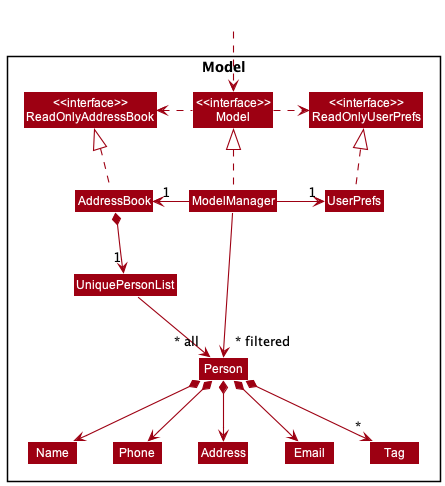
Above: docs/images/ModelClassDiagram.png in nus-cs2103-AY2223S1/tp (PlantUML), before the change.
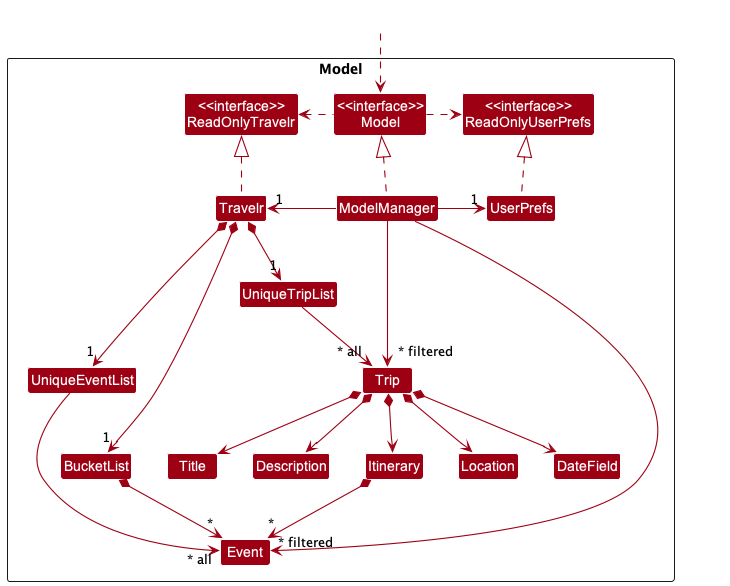
The same file after the commit.

Commit message:
Update Model segment

What changed in the source:
```diff
@@ -5,46 +5,56 @@
 skinparam classBackgroundColor MODEL_COLOR
 
 Package Model <<Rectangle>>{
-Class "<<interface>>\nReadOnlyAddressBook" as ReadOnlyAddressBook
+Class "<<interface>>\nReadOnlyTravelr" as ReadOnlyTravelr
 Class "<<interface>>\nReadOnlyUserPrefs" as ReadOnlyUserPrefs
 Class "<<interface>>\nModel" as Model
-Class AddressBook
+Class Travelr
 Class ModelManager
 Class UserPrefs
 
-Class UniquePersonList
-Class Person
-Class Address
-Class Email
-Class Name
-Class Phone
-Class Tag
+Class UniqueTripList
+Class UniqueEventList
+Class BucketList
+
+Class Trip
+Class Location
+Class DateField
+Class Title
+Class Description
+Class Itinerary
+Class Event
 
 }
 
 Class HiddenOutside #FFFFFF
 HiddenOutside ..> Model
 
-AddressBook .up.|> ReadOnlyAddressBook
+Travelr .up.|> ReadOnlyTravelr
 
 ModelManager .up.|> Model
 Model .right.> ReadOnlyUserPrefs
-Model .left.> ReadOnlyAddressBook
-ModelManager -left-> "1" AddressBook
+Model .left.> ReadOnlyTravelr
+ModelManager -left-> "1" Travelr
 ModelManager -right-> "1" UserPrefs
 UserPrefs .up.|> ReadOnlyUserPrefs
 
-AddressBook *--> "1" UniquePersonList
-UniquePersonList --> "~* all" Person
-Person *--> Name
-Person *--> Phone
-Person *--> Email
-Person *--> Address
-Person *--> "*" Tag
+Travelr *--> "1" UniqueTripList
+Travelr *--> "1" UniqueEventList
+Travelr *--> "1" BucketList
+UniqueEventList --> "~* all" Event
+BucketList *--> "*" Event
 
-Name -[hidden]right-> Phone
-Phone -[hidden]right-> Address
-Address -[hidden]right-> Email
+UniqueTripList --> "~* all" Trip
+Trip *--> Title
+Trip *--> Description
+Trip *--> DateField
+Trip *--> Location
+Trip *--> Itinerary
+Itinerary *--> "*" Event
 
-ModelManager -->"~* filtered" Person
+BucketList -[hidden]right-> Itinerary
+
+ModelManager -->"~* filtered" Trip
+ModelManager -->"~* filtered" Event
+
 @enduml
```
